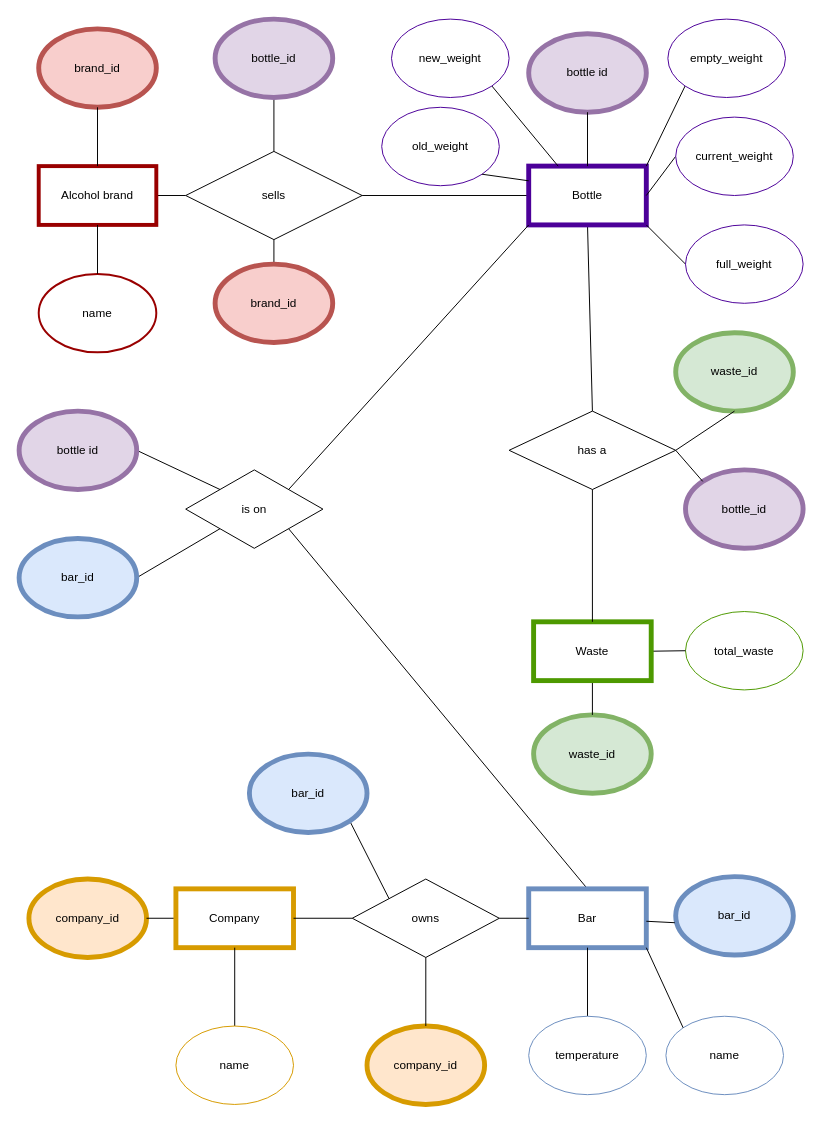
jake4327/Fundamental_Project keeps this draw.io diagram as page "Page-4" (4 of 5) of pour_spirit.drawio. Above is the earlier version. Source tidied: cells renumbered, new cells numbered last; positions are measured from the earlier drawing's top-left corner, leaving out a move shared by most shapes. Both pictures are drawn from the tidied source at 98%, with x=0, y=0 at pixel (19, 19).
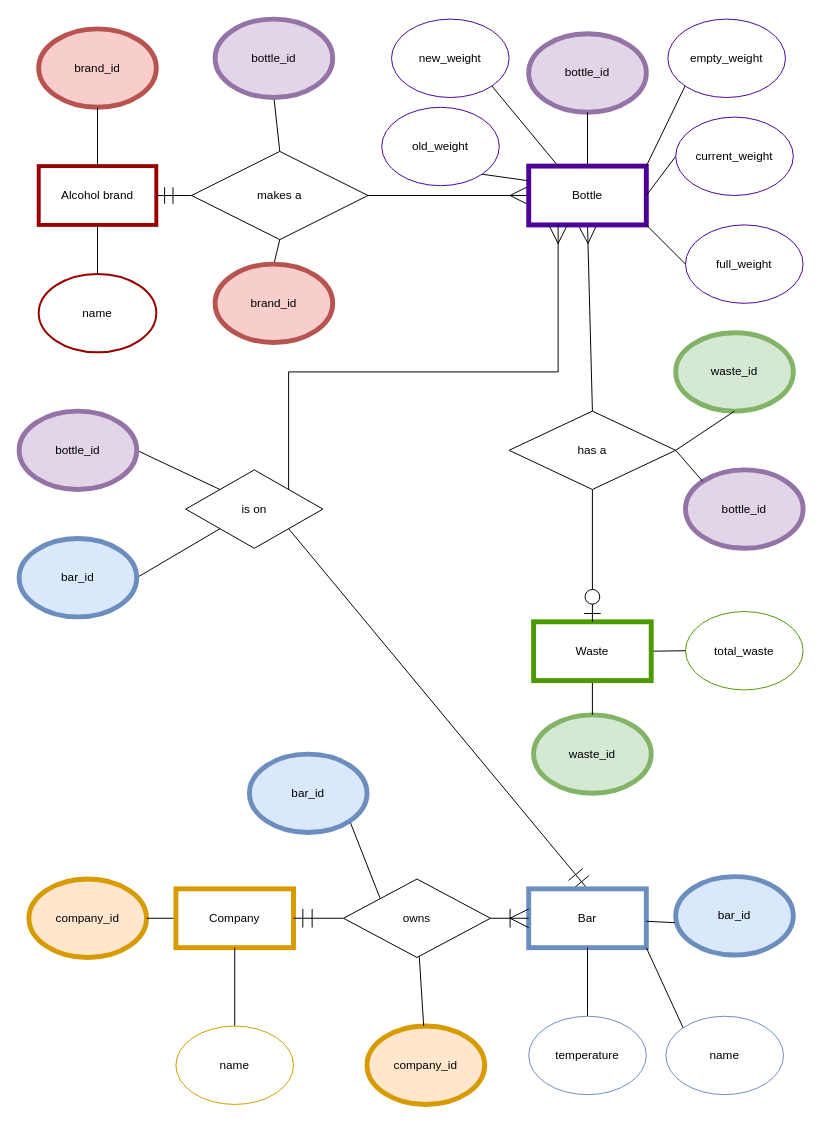
After the change.

Unchanged cells that the change refers to:
```xml
<mxCell id="5" value="has a" style="rhombus;whiteSpace=wrap;html=1;strokeWidth=1;" parent="4" vertex="1">
  <mxGeometry x="-25" width="170" height="80" as="geometry" />
</mxCell>
<mxCell id="16" value="Alcohol brand " style="rounded=0;whiteSpace=wrap;html=1;strokeColor=#990000;strokeWidth=4;" parent="14" vertex="1">
  <mxGeometry y="140" width="120" height="60" as="geometry" />
</mxCell>
<mxCell id="26" value="is on" style="rhombus;whiteSpace=wrap;html=1;strokeColor=#000000;strokeWidth=1;" parent="1" vertex="1">
  <mxGeometry x="170" y="460" width="140" height="80" as="geometry" />
</mxCell>
<mxCell id="34" style="group;strokeWidth=5;" parent="33" vertex="1">
  <mxGeometry x="140" y="15" width="120" height="195" as="geometry" />
</mxCell>
<mxCell id="36" value="Bottle" style="rounded=0;whiteSpace=wrap;html=1;strokeColor=#4C0099;strokeWidth=5;" parent="34" vertex="1">
  <mxGeometry y="135" width="120" height="60" as="geometry" />
</mxCell>
<mxCell id="49" value="Waste" style="rounded=0;whiteSpace=wrap;html=1;strokeColor=#4D9900;strokeWidth=5;" parent="1" vertex="1">
  <mxGeometry x="525" y="615" width="120" height="60" as="geometry" />
</mxCell>
<mxCell id="54" value="Company" style="rounded=0;whiteSpace=wrap;html=1;strokeColor=#D79B00;strokeWidth=5;" parent="1" vertex="1">
  <mxGeometry x="160" y="887.5" width="120" height="60" as="geometry" />
</mxCell>
<mxCell id="55" value="Bar" style="rounded=0;whiteSpace=wrap;html=1;strokeColor=#6C8EBF;strokeWidth=5;" parent="1" vertex="1">
  <mxGeometry x="520" y="887.5" width="120" height="60" as="geometry" />
</mxCell>
```

Diff of the diagram source:
```diff
@@
-    <mxCell id="6" style="edgeStyle=none;rounded=0;jettySize=auto;html=1;exitX=1;exitY=0.5;exitDx=0;exitDy=0;entryX=0;entryY=0.5;entryDx=0;entryDy=0;endArrow=none;endFill=0;" parent="1" edge="1" source="7" target="36">
+    <mxCell id="6" style="edgeStyle=none;rounded=0;jettySize=auto;html=1;exitX=1;exitY=0.5;exitDx=0;exitDy=0;entryX=0;entryY=0.5;entryDx=0;entryDy=0;endArrow=ERmany;endFill=0;strokeWidth=1;endSize=17;" parent="1" edge="1" source="7" target="36">
       <mxGeometry relative="1" as="geometry" />
     </mxCell>
-    <mxCell id="7" value="sells" style="rhombus;whiteSpace=wrap;html=1;strokeWidth=1;" parent="1" vertex="1">
-      <mxGeometry x="170" y="135" width="180" height="90" as="geometry" />
-    </mxCell>
-    <mxCell id="8" style="edgeStyle=none;rounded=0;jettySize=auto;html=1;exitX=1;exitY=0.5;exitDx=0;exitDy=0;entryX=0;entryY=0.5;entryDx=0;entryDy=0;endArrow=none;endFill=0;" parent="1" edge="1" source="16" target="7">
-      <mxGeometry relative="1" as="geometry" />
-    </mxCell>
@@
     <mxCell id="13" style="group;" parent="1" vertex="1">
-      <mxGeometry x="266" y="10" width="280" height="210" as="geometry" />
+      <mxGeometry x="266" y="10" width="280" height="215" as="geometry" />
     </mxCell>
@@
+    <mxCell id="7" value="makes a" style="rhombus;whiteSpace=wrap;html=1;strokeWidth=1;" parent="13" vertex="1">
+      <mxGeometry x="-90" y="125" width="180" height="90" as="geometry" />
+    </mxCell>
+    <mxCell id="8" style="edgeStyle=none;rounded=0;jettySize=auto;html=1;exitX=1;exitY=0.5;exitDx=0;exitDy=0;entryX=0;entryY=0.5;entryDx=0;entryDy=0;endArrow=none;endFill=0;startArrow=ERmandOne;startFill=0;endSize=6;startSize=15;" parent="13" edge="1" source="16" target="7">
+      <mxGeometry relative="1" as="geometry" />
+    </mxCell>
@@
-    <mxCell id="24" style="edgeStyle=none;rounded=0;jettySize=auto;html=1;exitX=0.5;exitY=1;exitDx=0;exitDy=0;entryX=0.5;entryY=0;entryDx=0;entryDy=0;endArrow=none;endFill=0;" parent="1" edge="1" source="36" target="5">
+    <mxCell id="24" style="edgeStyle=none;rounded=0;jettySize=auto;html=1;exitX=0.5;exitY=1;exitDx=0;exitDy=0;entryX=0.5;entryY=0;entryDx=0;entryDy=0;endArrow=none;endFill=0;startArrow=ERmany;startFill=0;endSize=17;startSize=17;" parent="1" edge="1" source="36" target="5">
       <mxGeometry relative="1" as="geometry" />
     </mxCell>
-    <mxCell id="25" style="edgeStyle=none;rounded=0;jettySize=auto;html=1;exitX=1;exitY=1;exitDx=0;exitDy=0;entryX=0.5;entryY=0;entryDx=0;entryDy=0;endArrow=none;endFill=0;" parent="1" edge="1" source="26" target="55">
+    <mxCell id="25" style="edgeStyle=none;rounded=0;jettySize=auto;html=1;exitX=1;exitY=1;exitDx=0;exitDy=0;entryX=0.5;entryY=0;entryDx=0;entryDy=0;endArrow=ERmandOne;endFill=0;startArrow=none;startFill=0;startSize=17;endSize=17;targetPerimeterSpacing=10;sourcePerimeterSpacing=10;strokeWidth=1;jumpSize=6;jumpStyle=none;" parent="1" edge="1" source="26" target="55">
       <mxGeometry relative="1" as="geometry" />
     </mxCell>
@@
-    <mxCell id="28" value="bottle id" style="ellipse;whiteSpace=wrap;html=1;fillColor=#e1d5e7;strokeColor=#9673a6;strokeWidth=5;" parent="1" vertex="1">
+    <mxCell id="28" value="bottle_id" style="ellipse;whiteSpace=wrap;html=1;fillColor=#e1d5e7;strokeColor=#9673a6;strokeWidth=5;" parent="1" vertex="1">
       <mxGeometry y="400" width="120" height="80" as="geometry" />
     </mxCell>
@@
     <mxCell id="31" style="group;" parent="1" vertex="1">
-      <mxGeometry x="370" width="430" height="290" as="geometry" />
+      <mxGeometry x="370" width="430" height="528.8" as="geometry" />
     </mxCell>
@@
     <mxCell id="33" style="group;" parent="31" vertex="1">
-      <mxGeometry x="10" width="420" height="290" as="geometry" />
+      <mxGeometry x="10" width="420" height="528.8" as="geometry" />
     </mxCell>
@@
-    <mxCell id="35" value="bottle id" style="ellipse;whiteSpace=wrap;html=1;fillColor=#e1d5e7;strokeColor=#9673a6;strokeWidth=5;" parent="34" vertex="1">
+    <mxCell id="35" value="bottle_id" style="ellipse;whiteSpace=wrap;html=1;fillColor=#e1d5e7;strokeColor=#9673a6;strokeWidth=5;" parent="34" vertex="1">
       <mxGeometry width="120" height="80" as="geometry" />
     </mxCell>
@@
-    <mxCell id="50" style="edgeStyle=none;rounded=0;jettySize=auto;html=1;exitX=0.5;exitY=1;exitDx=0;exitDy=0;entryX=0.5;entryY=0;entryDx=0;entryDy=0;endArrow=none;endFill=0;" parent="1" edge="1" source="5" target="49">
+    <mxCell id="50" style="edgeStyle=none;rounded=0;jettySize=auto;html=1;exitX=0.5;exitY=1;exitDx=0;exitDy=0;entryX=0.5;entryY=0;entryDx=0;entryDy=0;endArrow=ERzeroToOne;endFill=1;endSize=15;" parent="1" edge="1" source="5" target="49">
       <mxGeometry relative="1" as="geometry" />
     </mxCell>
@@
     <mxCell id="58" value="owns" style="rhombus;whiteSpace=wrap;html=1;strokeWidth=1;" parent="1" vertex="1">
-      <mxGeometry x="340" y="877.5" width="150" height="80" as="geometry" />
+      <mxGeometry x="331" y="877.5" width="150" height="80" as="geometry" />
     </mxCell>
-    <mxCell id="59" style="edgeStyle=none;rounded=0;jettySize=auto;html=1;exitX=1;exitY=0.5;exitDx=0;exitDy=0;entryX=0;entryY=0.5;entryDx=0;entryDy=0;endArrow=none;endFill=0;" parent="1" edge="1" source="58" target="55">
+    <mxCell id="59" style="edgeStyle=none;rounded=0;jettySize=auto;html=1;exitX=1;exitY=0.5;exitDx=0;exitDy=0;entryX=0;entryY=0.5;entryDx=0;entryDy=0;endArrow=ERoneToMany;endFill=0;startSize=13;endSize=17;" parent="1" edge="1" source="58" target="55">
       <mxGeometry relative="1" as="geometry" />
     </mxCell>
@@
-    <mxCell id="68" style="edgeStyle=none;rounded=0;jettySize=auto;html=1;exitX=1;exitY=0.5;exitDx=0;exitDy=0;entryX=0;entryY=0.5;entryDx=0;entryDy=0;endArrow=none;endFill=0;" parent="1" edge="1" source="54" target="58">
+    <mxCell id="68" style="edgeStyle=none;rounded=0;jettySize=auto;html=1;exitX=1;exitY=0.5;exitDx=0;exitDy=0;entryX=0;entryY=0.5;entryDx=0;entryDy=0;endArrow=none;endFill=0;startArrow=ERmandOne;startFill=0;startSize=17;" parent="1" edge="1" source="54" target="58">
       <mxGeometry relative="1" as="geometry" />
     </mxCell>
-    <mxCell id="69" style="edgeStyle=none;rounded=0;jettySize=auto;html=1;exitX=0;exitY=1;exitDx=0;exitDy=0;entryX=1;entryY=0;entryDx=0;entryDy=0;endArrow=none;endFill=0;" parent="1" edge="1" source="36" target="26">
-      <mxGeometry relative="1" as="geometry" />
-    </mxCell>
@@
+    <mxCell id="69" style="edgeStyle=orthogonalEdgeStyle;rounded=0;jumpStyle=none;jumpSize=6;jettySize=auto;html=1;exitX=0.25;exitY=1;exitDx=0;exitDy=0;entryX=1;entryY=0;entryDx=0;entryDy=0;startArrow=ERmany;startFill=0;startSize=17;sourcePerimeterSpacing=10;endArrow=none;endFill=0;endSize=17;targetPerimeterSpacing=10;strokeWidth=1;" parent="1" edge="1" source="36" target="26">
+      <mxGeometry relative="1" as="geometry">
+        <Array as="points">
+          <mxPoint x="550" y="360" />
+          <mxPoint x="275" y="360" />
+        </Array>
+      </mxGeometry>
+    </mxCell>
```
